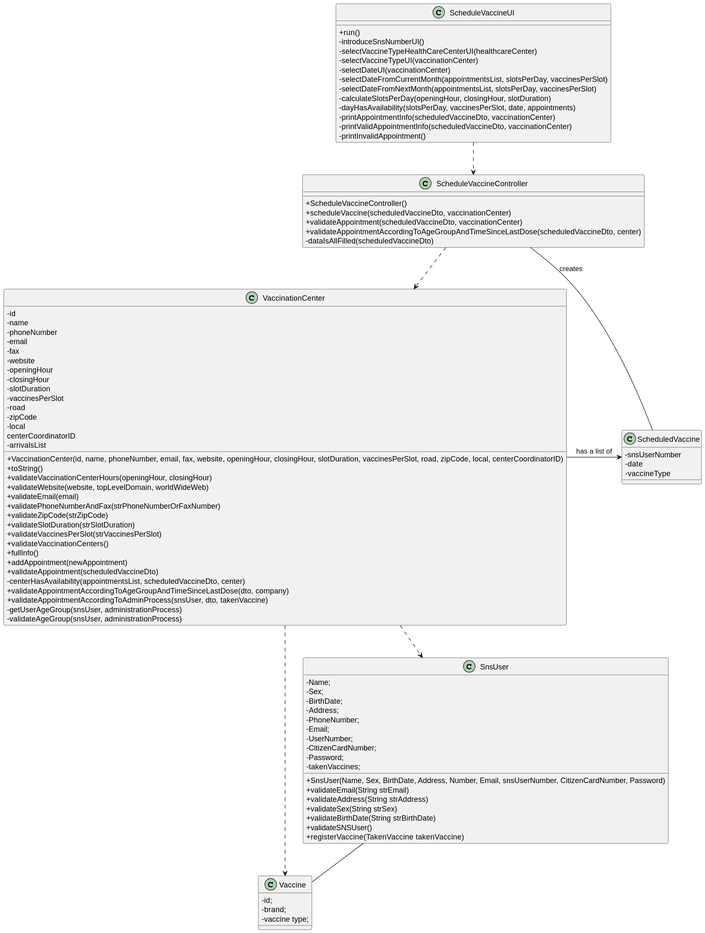
This is docs/SprintC/US001/US001_CD.svg from Pirussa/lei-22-s2-1da-g02, a PlantUML export, as it was before one commit.
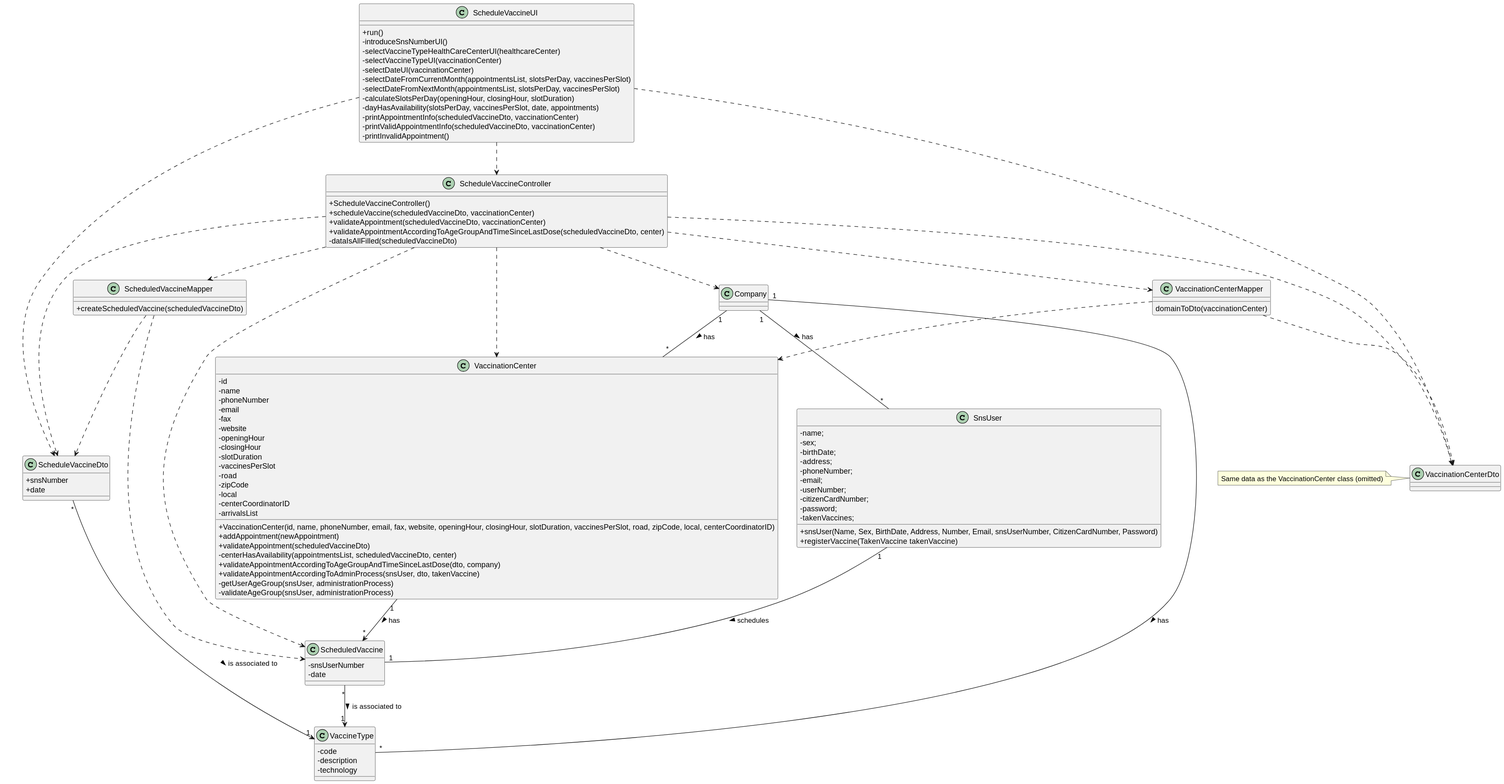
After the commit.

What changed in the source:
```diff
@@ -24,6 +24,27 @@
 -dataIsAllFilled(scheduledVaccineDto)
 }
 
+class ScheduleVaccineDto {
++snsNumber
++date
+}
+
+class ScheduledVaccineMapper {
++createScheduledVaccine(scheduledVaccineDto)
+}
+
+class VaccinationCenterDto
+note left: Same data as the VaccinationCenter class (omitted)
+
+
+
+class VaccinationCenterMapper {
+domainToDto(vaccinationCenter)
+}
+
+class Company{
+
+}
 
 class VaccinationCenter {
 -id
@@ -39,19 +60,9 @@
 -road
 -zipCode
 -local
-centerCoordinatorID
+-centerCoordinatorID
 -arrivalsList
 +VaccinationCenter(id, name, phoneNumber, email, fax, website, openingHour, closingHour, slotDuration, vaccinesPerSlot, road, zipCode, local, centerCoordinatorID)
-+toString()
-+validateVaccinationCenterHours(openingHour, closingHour)
-+validateWebsite(website, topLevelDomain, worldWideWeb)
-+validateEmail(email)
-+validatePhoneNumberAndFax(strPhoneNumberOrFaxNumber)
-+validateZipCode(strZipCode)
-+validateSlotDuration(strSlotDuration)
-+validateVaccinesPerSlot(strVaccinesPerSlot)
-+validateVaccinationCenters()
-+fullInfo()
 +addAppointment(newAppointment)
 +validateAppointment(scheduledVaccineDto)
 -centerHasAvailability(appointmentsList, scheduledVaccineDto, center)
@@ -61,43 +72,59 @@
 -validateAgeGroup(snsUser, administrationProcess)
 }
 
-class Vaccine {
--id;
--brand;
--vaccine type;
+class VaccineType {
+-code
+-description
+-technology
 }
 
  class ScheduledVaccine {
  -snsUserNumber
  -date
- -vaccineType
  }
 
 class SnsUser {
-- Name;
-- Sex;
-- BirthDate;
-- Address;
-- PhoneNumber;
-- Email;
-- UserNumber;
-- CitizenCardNumber;
-- Password;
+- name;
+- sex;
+- birthDate;
+- address;
+- phoneNumber;
+- email;
+- userNumber;
+- citizenCardNumber;
+- password;
 - takenVaccines;
-+ SnsUser(Name, Sex, BirthDate, Address, Number, Email, snsUserNumber, CitizenCardNumber, Password)
-+ validateEmail(String strEmail)
-+ validateAddress(String strAddress)
-+ validateSex(String strSex)
-+ validateBirthDate(String strBirthDate)
-+ validateSNSUser()
++ snsUser(Name, Sex, BirthDate, Address, Number, Email, snsUserNumber, CitizenCardNumber, Password)
 + registerVaccine(TakenVaccine takenVaccine)
 }
+ScheduleVaccineUI ..> ScheduleVaccineController
+ScheduleVaccineUI ..> VaccinationCenterDto
+ScheduleVaccineUI ..> ScheduleVaccineDto
+ScheduleVaccineController ..> VaccinationCenter
+ScheduleVaccineController ..> Company
+ScheduleVaccineController ..> ScheduledVaccineMapper
+ScheduleVaccineController ..> ScheduleVaccineDto
+ScheduleVaccineController ..> VaccinationCenterMapper
+ScheduleVaccineController ..> VaccinationCenterDto
+ScheduleVaccineController ..> ScheduledVaccine
 
-ScheduleVaccineUI ..> ScheduleVaccineController
-ScheduleVaccineController ..> VaccinationCenter
-ScheduleVaccineController -- ScheduledVaccine : creates
-VaccinationCenter ..> Vaccine
-VaccinationCenter ..> SnsUser
-SnsUser -- Vaccine
-VaccinationCenter --right> ScheduledVaccine : has a list of
+
+ScheduledVaccineMapper ..> ScheduledVaccine
+VaccinationCenterMapper ..> VaccinationCenterDto
+ScheduledVaccineMapper ..> ScheduleVaccineDto
+VaccinationCenterMapper ..> VaccinationCenter
+ScheduleVaccineDto "*" --> "1" VaccineType : is associated to >
+
+
+
+
+ScheduledVaccine "*" --> "1" VaccineType : is associated to >
+VaccinationCenter "1" --> "*" ScheduledVaccine : has >
+SnsUser "1" -- "1" ScheduledVaccine : schedules >
+
+Company "1" -- "*" VaccinationCenter : has >
+Company "1" -- "*" SnsUser : has >
+Company "1" -- "*" VaccineType : has >
+
+
 @enduml
```
